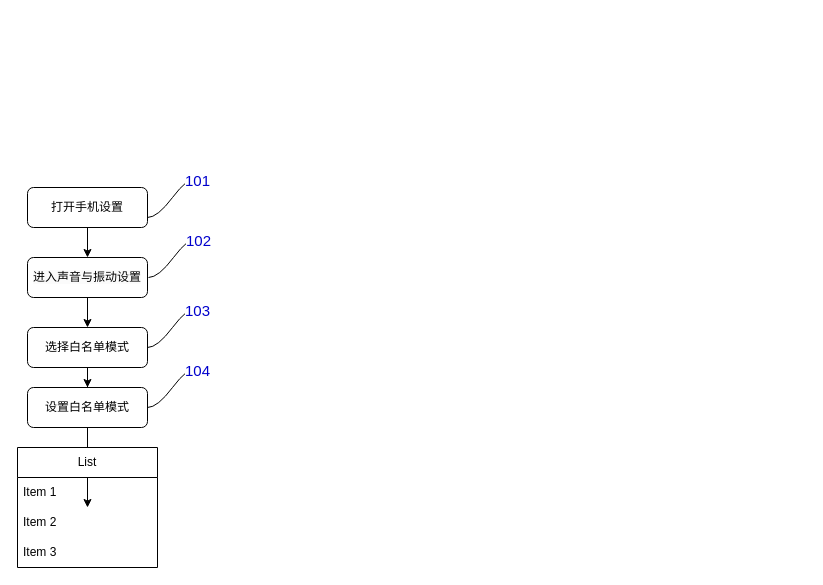
xili95/liuChengTu keeps this draw.io diagram as page "第 7 页" (7 of 7) of 流程图.drawio. Above is the earlier version. Source tidied: cells renumbered, new cells numbered last; positions are measured from the earlier drawing's top-left corner, leaving out a move shared by most shapes. Both pictures are drawn from the tidied source at 100%, with x=0, y=0 at pixel (17, 177).
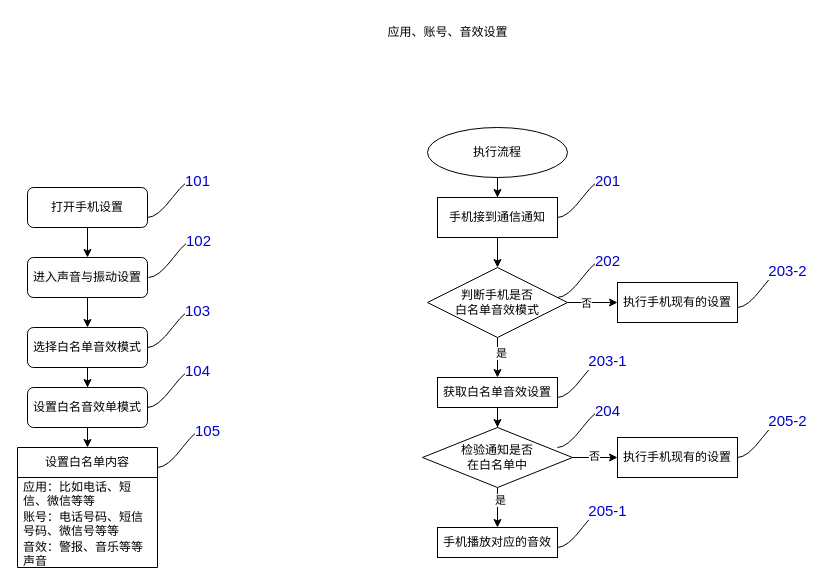
Above is the later version.

Commit message:
更新流程图.drawio

The edit, as a diff of the source:
```diff
@@
-    <mxCell id="11" value="选择白名单模式" style="whiteSpace=wrap;html=1;rounded=1;" parent="1" vertex="1">
+    <mxCell id="11" value="选择白名单音效模式" style="whiteSpace=wrap;html=1;rounded=1;" parent="1" vertex="1">
       <mxGeometry x="10" y="150" width="120" height="40" as="geometry" />
     </mxCell>
@@
     <mxCell id="14" style="edgeStyle=orthogonalEdgeStyle;rounded=0;jettySize=auto;html=1;" parent="1" edge="1" source="15">
       <mxGeometry relative="1" as="geometry">
-        <mxPoint x="70" y="330" as="targetPoint" />
+        <mxPoint x="70" y="270" as="targetPoint" />
       </mxGeometry>
     </mxCell>
-    <mxCell id="15" value="设置白名单模式" style="whiteSpace=wrap;html=1;rounded=1;" parent="1" vertex="1">
+    <mxCell id="15" value="设置白名音效单模式" style="whiteSpace=wrap;html=1;rounded=1;" parent="1" vertex="1">
       <mxGeometry x="10" y="210" width="120" height="40" as="geometry" />
     </mxCell>
@@
-    <mxCell id="18" value="List" style="swimlane;fontStyle=0;horizontal=1;startSize=30;whiteSpace=wrap;html=1;" parent="1" vertex="1">
+    <mxCell id="18" value="设置白名单内容" style="swimlane;fontStyle=0;horizontal=1;startSize=30;whiteSpace=wrap;html=1;" parent="1" vertex="1">
       <mxGeometry y="270" width="140" height="120" as="geometry" />
     </mxCell>
-    <mxCell id="19" value="Item 1" style="text;strokeColor=none;fillColor=none;align=left;verticalAlign=middle;spacingLeft=4;spacingRight=4;overflow=hidden;whiteSpace=wrap;html=1;" parent="18" vertex="1">
+    <mxCell id="19" value="应用：比如电话、短信、微信等等" style="text;strokeColor=none;fillColor=none;align=left;verticalAlign=middle;spacingLeft=4;spacingRight=4;overflow=hidden;whiteSpace=wrap;html=1;" parent="18" vertex="1">
       <mxGeometry y="30" width="140" height="30" as="geometry" />
     </mxCell>
-    <mxCell id="20" value="Item 2" style="text;strokeColor=none;fillColor=none;align=left;verticalAlign=middle;spacingLeft=4;spacingRight=4;overflow=hidden;whiteSpace=wrap;html=1;" parent="18" vertex="1">
+    <mxCell id="20" value="账号：电话号码、短信号码、微信号等等" style="text;strokeColor=none;fillColor=none;align=left;verticalAlign=middle;spacingLeft=4;spacingRight=4;overflow=hidden;whiteSpace=wrap;html=1;" parent="18" vertex="1">
       <mxGeometry y="60" width="140" height="30" as="geometry" />
     </mxCell>
-    <mxCell id="21" value="Item 3" style="text;strokeColor=none;fillColor=none;align=left;verticalAlign=middle;spacingLeft=4;spacingRight=4;overflow=hidden;whiteSpace=wrap;html=1;" parent="18" vertex="1">
+    <mxCell id="21" value="音效：警报、音乐等等声音" style="text;strokeColor=none;fillColor=none;align=left;verticalAlign=middle;spacingLeft=4;spacingRight=4;overflow=hidden;whiteSpace=wrap;html=1;" parent="18" vertex="1">
       <mxGeometry y="90" width="140" height="30" as="geometry" />
     </mxCell>
+    <mxCell id="22" value="应用、账号、音效设置" style="text;html=1;align=center;verticalAlign=middle;strokeColor=none;fillColor=none;" parent="1" vertex="1">
+      <mxGeometry x="360" y="-160" width="140" height="30" as="geometry" />
+    </mxCell>
+    <mxCell id="23" style="edgeStyle=entityRelationEdgeStyle;startArrow=none;endArrow=none;segment=10;curved=1;sourcePerimeterSpacing=0;targetPerimeterSpacing=0;rounded=0;" parent="1" edge="1">
+      <mxGeometry relative="1" as="geometry">
+        <mxPoint x="140" y="290" as="sourcePoint" />
+        <mxPoint x="190" y="250" as="targetPoint" />
+        <Array as="points">
+          <mxPoint x="150" y="320" />
+          <mxPoint x="180" y="290" />
+          <mxPoint x="170" y="290" />
+          <mxPoint x="190" y="330" />
+          <mxPoint x="200" y="340" />
+          <mxPoint x="170" y="310" />
+          <mxPoint x="160" y="320" />
+          <mxPoint x="170" y="310" />
+        </Array>
+      </mxGeometry>
+    </mxCell>
+    <mxCell id="24" value="105" style="edgeLabel;html=1;align=center;verticalAlign=middle;fontSize=15;fontColor=#0000CC;" parent="23" vertex="1">
+      <mxGeometry x="0.97" y="-2" relative="1" as="geometry" />
+    </mxCell>
+    <mxCell id="25" style="edgeStyle=orthogonalEdgeStyle;rounded=0;jettySize=auto;html=1;" parent="1" edge="1" source="26" target="28">
+      <mxGeometry relative="1" as="geometry" />
+    </mxCell>
+    <mxCell id="26" value="执行流程" style="ellipse;whiteSpace=wrap;html=1;" parent="1" vertex="1">
+      <mxGeometry x="410" y="-50" width="140" height="50" as="geometry" />
+    </mxCell>
+    <mxCell id="27" style="edgeStyle=orthogonalEdgeStyle;rounded=0;jettySize=auto;html=1;" parent="1" edge="1" source="28" target="33">
+      <mxGeometry relative="1" as="geometry" />
+    </mxCell>
+    <mxCell id="28" value="手机接到通信通知" style="whiteSpace=wrap;html=1;" parent="1" vertex="1">
+      <mxGeometry x="420" y="20" width="120" height="40" as="geometry" />
+    </mxCell>
+    <mxCell id="29" style="edgeStyle=orthogonalEdgeStyle;rounded=0;jettySize=auto;html=1;" parent="1" edge="1" source="33" target="35">
+      <mxGeometry relative="1" as="geometry" />
+    </mxCell>
+    <mxCell id="30" value="是" style="edgeLabel;html=1;align=center;verticalAlign=middle;" parent="29" vertex="1">
+      <mxGeometry x="-0.27" y="3" relative="1" as="geometry" />
+    </mxCell>
+    <mxCell id="31" style="edgeStyle=orthogonalEdgeStyle;rounded=0;jettySize=auto;html=1;" parent="1" edge="1" source="33" target="43">
+      <mxGeometry relative="1" as="geometry" />
+    </mxCell>
+    <mxCell id="32" value="否" style="edgeLabel;html=1;align=center;verticalAlign=middle;" parent="31" vertex="1">
+      <mxGeometry x="-0.27" relative="1" as="geometry" />
+    </mxCell>
+    <mxCell id="33" value="判断手机是否&lt;div&gt;白名单音效模式&lt;/div&gt;" style="rhombus;whiteSpace=wrap;html=1;" parent="1" vertex="1">
+      <mxGeometry x="410" y="90" width="140" height="70" as="geometry" />
+    </mxCell>
+    <mxCell id="34" style="edgeStyle=orthogonalEdgeStyle;rounded=0;jettySize=auto;html=1;" parent="1" edge="1" source="35" target="40">
+      <mxGeometry relative="1" as="geometry" />
+    </mxCell>
+    <mxCell id="35" value="获取白名单音效设置" style="whiteSpace=wrap;html=1;" parent="1" vertex="1">
+      <mxGeometry x="420" y="200" width="120" height="30" as="geometry" />
+    </mxCell>
+    <mxCell id="36" style="edgeStyle=orthogonalEdgeStyle;rounded=0;jettySize=auto;html=1;" parent="1" edge="1" source="40" target="41">
+      <mxGeometry relative="1" as="geometry" />
+    </mxCell>
+    <mxCell id="37" value="是" style="edgeLabel;html=1;align=center;verticalAlign=middle;" parent="36" vertex="1">
+      <mxGeometry x="-0.4" y="2" relative="1" as="geometry" />
+    </mxCell>
+    <mxCell id="38" style="edgeStyle=orthogonalEdgeStyle;rounded=0;jettySize=auto;html=1;" parent="1" edge="1" source="40" target="42">
+      <mxGeometry relative="1" as="geometry" />
+    </mxCell>
+    <mxCell id="39" value="否" style="edgeLabel;html=1;align=center;verticalAlign=middle;" parent="38" vertex="1">
+      <mxGeometry x="-0.05" y="2" relative="1" as="geometry" />
+    </mxCell>
+    <mxCell id="40" value="检验通知是否&lt;div&gt;在白名单中&lt;/div&gt;" style="rhombus;whiteSpace=wrap;html=1;" parent="1" vertex="1">
+      <mxGeometry x="405" y="250" width="150" height="60" as="geometry" />
+    </mxCell>
+    <mxCell id="41" value="手机播放对应的音效" style="whiteSpace=wrap;html=1;" parent="1" vertex="1">
+      <mxGeometry x="420" y="350" width="120" height="30" as="geometry" />
+    </mxCell>
+    <mxCell id="42" value="执行手机现有的设置" style="whiteSpace=wrap;html=1;" parent="1" vertex="1">
+      <mxGeometry x="600" y="260" width="120" height="40" as="geometry" />
+    </mxCell>
+    <mxCell id="43" value="执行手机现有的设置" style="whiteSpace=wrap;html=1;" parent="1" vertex="1">
+      <mxGeometry x="600" y="105" width="120" height="40" as="geometry" />
+    </mxCell>
+    <mxCell id="44" style="edgeStyle=entityRelationEdgeStyle;startArrow=none;endArrow=none;segment=10;curved=1;sourcePerimeterSpacing=0;targetPerimeterSpacing=0;rounded=0;" parent="1" edge="1">
+      <mxGeometry relative="1" as="geometry">
+        <mxPoint x="540" y="40" as="sourcePoint" />
+        <mxPoint x="590" as="targetPoint" />
+        <Array as="points">
+          <mxPoint x="580" y="40" />
+          <mxPoint x="570" y="60" />
+        </Array>
+      </mxGeometry>
+    </mxCell>
+    <mxCell id="45" value="201" style="edgeLabel;html=1;align=center;verticalAlign=middle;fontSize=15;fontColor=#0000CC;" parent="44" vertex="1">
+      <mxGeometry x="0.97" y="-2" relative="1" as="geometry" />
+    </mxCell>
+    <mxCell id="46" style="edgeStyle=entityRelationEdgeStyle;startArrow=none;endArrow=none;segment=10;curved=1;sourcePerimeterSpacing=0;targetPerimeterSpacing=0;rounded=0;" parent="1" edge="1">
+      <mxGeometry relative="1" as="geometry">
+        <mxPoint x="540" y="120" as="sourcePoint" />
+        <mxPoint x="590" y="80" as="targetPoint" />
+        <Array as="points">
+          <mxPoint x="580" y="120" />
+          <mxPoint x="580" y="130" />
+          <mxPoint x="570" y="140" />
+        </Array>
+      </mxGeometry>
+    </mxCell>
+    <mxCell id="47" value="202" style="edgeLabel;html=1;align=center;verticalAlign=middle;fontSize=15;fontColor=#0000CC;" parent="46" vertex="1">
+      <mxGeometry x="0.97" y="-2" relative="1" as="geometry" />
+    </mxCell>
+    <mxCell id="48" style="edgeStyle=entityRelationEdgeStyle;startArrow=none;endArrow=none;segment=10;curved=1;sourcePerimeterSpacing=0;targetPerimeterSpacing=0;rounded=0;" parent="1" edge="1">
+      <mxGeometry relative="1" as="geometry">
+        <mxPoint x="540" y="220" as="sourcePoint" />
+        <mxPoint x="590" y="180" as="targetPoint" />
+        <Array as="points">
+          <mxPoint x="580" y="220" />
+          <mxPoint x="580" y="230" />
+          <mxPoint x="570" y="240" />
+        </Array>
+      </mxGeometry>
+    </mxCell>
+    <mxCell id="49" value="203-1" style="edgeLabel;html=1;align=center;verticalAlign=middle;fontSize=15;fontColor=#0000CC;" parent="48" vertex="1">
+      <mxGeometry x="0.97" y="-2" relative="1" as="geometry" />
+    </mxCell>
+    <mxCell id="50" style="edgeStyle=entityRelationEdgeStyle;startArrow=none;endArrow=none;segment=10;curved=1;sourcePerimeterSpacing=0;targetPerimeterSpacing=0;rounded=0;" parent="1" edge="1">
+      <mxGeometry relative="1" as="geometry">
+        <mxPoint x="720" y="130" as="sourcePoint" />
+        <mxPoint x="770" y="90" as="targetPoint" />
+        <Array as="points">
+          <mxPoint x="760" y="130" />
+          <mxPoint x="760" y="140" />
+          <mxPoint x="750" y="150" />
+        </Array>
+      </mxGeometry>
+    </mxCell>
+    <mxCell id="51" value="203-2" style="edgeLabel;html=1;align=center;verticalAlign=middle;fontSize=15;fontColor=#0000CC;" parent="50" vertex="1">
+      <mxGeometry x="0.97" y="-2" relative="1" as="geometry" />
+    </mxCell>
+    <mxCell id="52" style="edgeStyle=entityRelationEdgeStyle;startArrow=none;endArrow=none;segment=10;curved=1;sourcePerimeterSpacing=0;targetPerimeterSpacing=0;rounded=0;" parent="1" edge="1">
+      <mxGeometry relative="1" as="geometry">
+        <mxPoint x="540" y="270" as="sourcePoint" />
+        <mxPoint x="590" y="230" as="targetPoint" />
+        <Array as="points">
+          <mxPoint x="580" y="270" />
+          <mxPoint x="580" y="280" />
+          <mxPoint x="570" y="290" />
+        </Array>
+      </mxGeometry>
+    </mxCell>
+    <mxCell id="53" value="204" style="edgeLabel;html=1;align=center;verticalAlign=middle;fontSize=15;fontColor=#0000CC;" parent="52" vertex="1">
+      <mxGeometry x="0.97" y="-2" relative="1" as="geometry" />
+    </mxCell>
+    <mxCell id="54" style="edgeStyle=entityRelationEdgeStyle;startArrow=none;endArrow=none;segment=10;curved=1;sourcePerimeterSpacing=0;targetPerimeterSpacing=0;rounded=0;" parent="1" edge="1">
+      <mxGeometry relative="1" as="geometry">
+        <mxPoint x="540" y="370" as="sourcePoint" />
+        <mxPoint x="590" y="330" as="targetPoint" />
+        <Array as="points">
+          <mxPoint x="580" y="370" />
+          <mxPoint x="580" y="380" />
+          <mxPoint x="570" y="390" />
+        </Array>
+      </mxGeometry>
+    </mxCell>
+    <mxCell id="55" value="205-1" style="edgeLabel;html=1;align=center;verticalAlign=middle;fontSize=15;fontColor=#0000CC;" parent="54" vertex="1">
+      <mxGeometry x="0.97" y="-2" relative="1" as="geometry" />
+    </mxCell>
+    <mxCell id="56" style="edgeStyle=entityRelationEdgeStyle;startArrow=none;endArrow=none;segment=10;curved=1;sourcePerimeterSpacing=0;targetPerimeterSpacing=0;rounded=0;" parent="1" edge="1">
+      <mxGeometry relative="1" as="geometry">
+        <mxPoint x="720" y="280" as="sourcePoint" />
+        <mxPoint x="770" y="240" as="targetPoint" />
+        <Array as="points">
+          <mxPoint x="760" y="280" />
+          <mxPoint x="760" y="290" />
+          <mxPoint x="750" y="300" />
+        </Array>
+      </mxGeometry>
+    </mxCell>
+    <mxCell id="57" value="205-2" style="edgeLabel;html=1;align=center;verticalAlign=middle;fontSize=15;fontColor=#0000CC;" parent="56" vertex="1">
+      <mxGeometry x="0.97" y="-2" relative="1" as="geometry" />
+    </mxCell>
```
